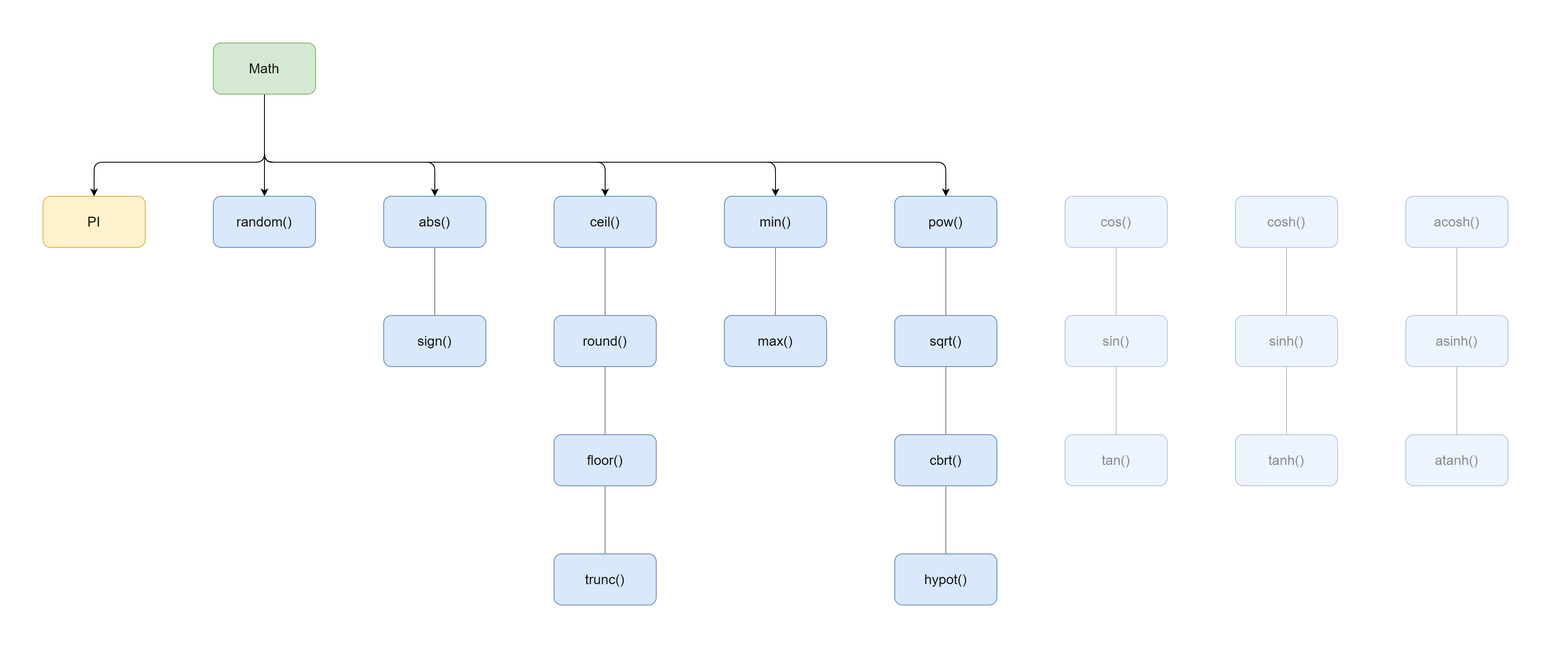
akinuri/notebook keeps this draw.io diagram as JS/Math.drawio.png. Above is the earlier version. Source tidied: cells renumbered, new cells last; positions are measured from the earlier drawing's top-left corner, leaving out a move shared by most shapes.
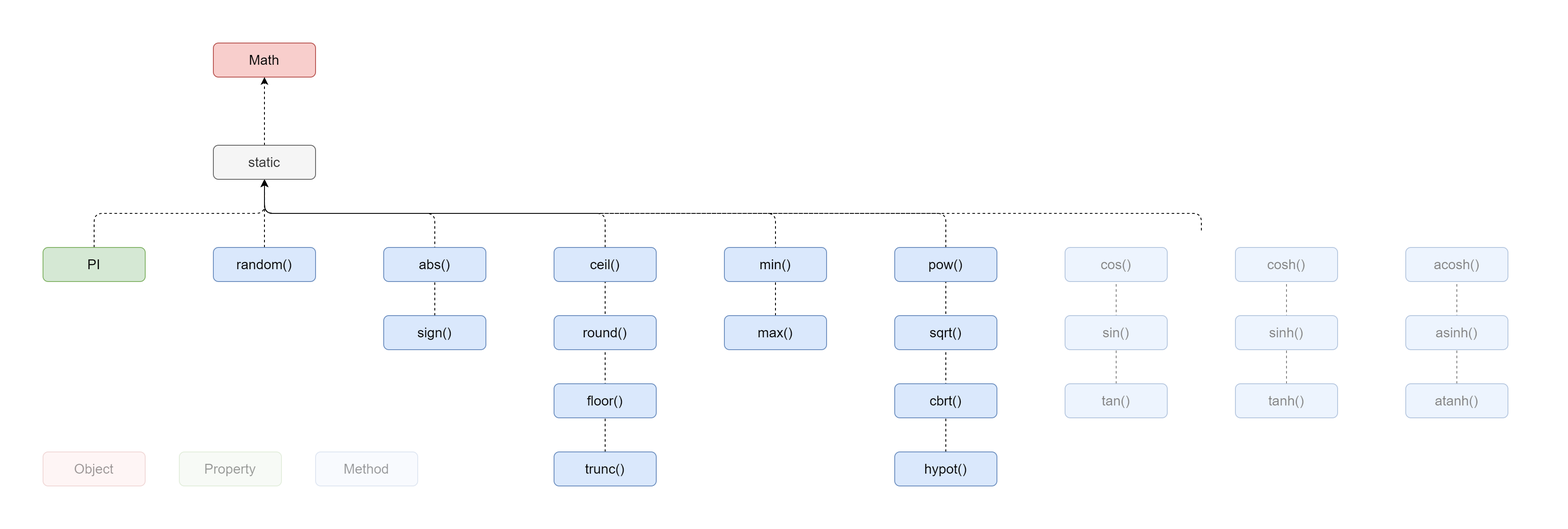
The same file after the commit.

What changed in the source:
```diff
@@ -2,149 +2,155 @@
   <root>
     <mxCell id="0" />
     <mxCell id="1" parent="0" />
-    <mxCell id="2" style="edgeStyle=orthogonalEdgeStyle;rounded=1;jettySize=auto;html=1;entryX=0.5;entryY=0;entryDx=0;entryDy=0;endArrow=classic;endFill=1;fontSize=16;" parent="1" edge="1" source="8" target="9">
-      <mxGeometry relative="1" as="geometry">
-        <Array as="points">
-          <mxPoint x="260" y="140" />
-          <mxPoint x="60" y="140" />
-        </Array>
-      </mxGeometry>
-    </mxCell>
-    <mxCell id="3" style="edgeStyle=orthogonalEdgeStyle;rounded=1;jettySize=auto;html=1;entryX=0.5;entryY=0;entryDx=0;entryDy=0;endArrow=classic;endFill=1;fontSize=16;" parent="1" edge="1" source="8" target="11">
-      <mxGeometry relative="1" as="geometry">
-        <Array as="points">
-          <mxPoint x="260" y="140" />
-          <mxPoint x="460" y="140" />
-        </Array>
-      </mxGeometry>
-    </mxCell>
-    <mxCell id="4" style="edgeStyle=orthogonalEdgeStyle;rounded=1;jettySize=auto;html=1;entryX=0.5;entryY=0;entryDx=0;entryDy=0;endArrow=classic;endFill=1;fontSize=16;" parent="1" edge="1" source="8" target="13">
-      <mxGeometry relative="1" as="geometry">
-        <Array as="points">
-          <mxPoint x="260" y="140" />
-          <mxPoint x="660" y="140" />
-        </Array>
-      </mxGeometry>
-    </mxCell>
-    <mxCell id="5" style="edgeStyle=orthogonalEdgeStyle;rounded=1;jettySize=auto;html=1;endArrow=classic;endFill=1;fontSize=16;" parent="1" edge="1" source="8" target="16">
-      <mxGeometry relative="1" as="geometry">
-        <Array as="points">
-          <mxPoint x="260" y="140" />
-          <mxPoint x="860" y="140" />
-        </Array>
-      </mxGeometry>
-    </mxCell>
-    <mxCell id="6" style="edgeStyle=orthogonalEdgeStyle;rounded=1;jettySize=auto;html=1;entryX=0.5;entryY=0;entryDx=0;entryDy=0;endArrow=classic;endFill=1;fontSize=16;" parent="1" edge="1" source="8" target="19">
-      <mxGeometry relative="1" as="geometry">
-        <Array as="points">
-          <mxPoint x="260" y="140" />
-          <mxPoint x="1060" y="140" />
-        </Array>
-      </mxGeometry>
-    </mxCell>
-    <mxCell id="7" style="edgeStyle=orthogonalEdgeStyle;rounded=1;jettySize=auto;html=1;endArrow=classic;endFill=1;fontSize=16;" parent="1" edge="1" source="8" target="20">
-      <mxGeometry relative="1" as="geometry">
-        <Array as="points">
-          <mxPoint x="260" y="130" />
-          <mxPoint x="260" y="130" />
-        </Array>
-      </mxGeometry>
-    </mxCell>
+    <mxCell id="40" style="edgeStyle=orthogonalEdgeStyle;rounded=1;jettySize=auto;html=1;dashed=1;endArrow=none;endFill=0;" parent="1" edge="1" source="38" target="36">
+      <mxGeometry relative="1" as="geometry" />
+    </mxCell>
+    <mxCell id="41" style="edgeStyle=orthogonalEdgeStyle;rounded=1;jettySize=auto;html=1;dashed=1;endArrow=none;endFill=0;" parent="1" edge="1" source="34" target="32">
+      <mxGeometry relative="1" as="geometry" />
+    </mxCell>
+    <mxCell id="42" style="edgeStyle=orthogonalEdgeStyle;rounded=1;jettySize=auto;html=1;dashed=1;endArrow=none;endFill=0;" parent="1" edge="1" source="30" target="28">
+      <mxGeometry relative="1" as="geometry" />
+    </mxCell>
+    <mxCell id="43" style="edgeStyle=orthogonalEdgeStyle;rounded=1;jettySize=auto;html=1;dashed=1;" parent="1" edge="1" source="39" target="51">
+      <mxGeometry relative="1" as="geometry">
+        <Array as="points">
+          <mxPoint x="1360" y="140" />
+          <mxPoint x="260" y="140" />
+        </Array>
+      </mxGeometry>
+    </mxCell>
+    <mxCell id="44" style="edgeStyle=orthogonalEdgeStyle;rounded=1;jettySize=auto;html=1;dashed=1;" parent="1" edge="1" source="26" target="51">
+      <mxGeometry relative="1" as="geometry">
+        <Array as="points">
+          <mxPoint x="1060" y="140" />
+          <mxPoint x="260" y="140" />
+        </Array>
+      </mxGeometry>
+    </mxCell>
+    <mxCell id="45" style="edgeStyle=orthogonalEdgeStyle;rounded=1;jettySize=auto;html=1;dashed=1;" parent="1" edge="1" source="17" target="51">
+      <mxGeometry relative="1" as="geometry">
+        <Array as="points">
+          <mxPoint x="860" y="140" />
+          <mxPoint x="260" y="140" />
+        </Array>
+      </mxGeometry>
+    </mxCell>
+    <mxCell id="46" style="edgeStyle=orthogonalEdgeStyle;rounded=1;jettySize=auto;html=1;dashed=1;" parent="1" edge="1" source="22" target="51">
+      <mxGeometry relative="1" as="geometry">
+        <Array as="points">
+          <mxPoint x="460" y="140" />
+          <mxPoint x="260" y="140" />
+        </Array>
+      </mxGeometry>
+    </mxCell>
+    <mxCell id="47" style="edgeStyle=orthogonalEdgeStyle;rounded=1;jettySize=auto;html=1;dashed=1;" parent="1" edge="1" source="24" target="51">
+      <mxGeometry relative="1" as="geometry">
+        <Array as="points">
+          <mxPoint x="660" y="140" />
+          <mxPoint x="260" y="140" />
+        </Array>
+      </mxGeometry>
+    </mxCell>
-    <mxCell id="8" value="Math" style="rounded=1;whiteSpace=wrap;html=1;fontSize=16;fontStyle=0;fillColor=#d5e8d4;strokeColor=#82b366;" parent="1" vertex="1">
-      <mxGeometry x="200" width="120" height="60" as="geometry" />
+    <mxCell id="8" value="Math" style="rounded=1;whiteSpace=wrap;html=1;fontSize=16;fontStyle=0;fillColor=#f8cecc;strokeColor=#b85450;" parent="1" vertex="1">
+      <mxGeometry x="200" y="-60" width="120" height="40" as="geometry" />
     </mxCell>
+    <mxCell id="48" style="edgeStyle=orthogonalEdgeStyle;rounded=1;jettySize=auto;html=1;dashed=1;" parent="1" edge="1" source="9" target="51">
+      <mxGeometry relative="1" as="geometry">
+        <Array as="points">
+          <mxPoint x="60" y="140" />
+          <mxPoint x="260" y="140" />
+        </Array>
+      </mxGeometry>
+    </mxCell>
-    <mxCell id="9" value="PI" style="rounded=1;whiteSpace=wrap;html=1;fontSize=16;fontStyle=0;fillColor=#fff2cc;strokeColor=#d6b656;" parent="1" vertex="1">
-      <mxGeometry y="180" width="120" height="60" as="geometry" />
+    <mxCell id="9" value="PI" style="rounded=1;whiteSpace=wrap;html=1;fontSize=16;fontStyle=0;fillColor=#d5e8d4;strokeColor=#82b366;" parent="1" vertex="1">
+      <mxGeometry y="180" width="120" height="40" as="geometry" />
     </mxCell>
-    <mxCell id="10" style="edgeStyle=orthogonalEdgeStyle;rounded=0;jettySize=auto;html=1;entryX=0.5;entryY=0;entryDx=0;entryDy=0;fontSize=16;endArrow=none;endFill=0;opacity=50;" parent="1" edge="1" source="11" target="22">
-      <mxGeometry relative="1" as="geometry" />
-    </mxCell>
     <mxCell id="11" value="abs()" style="rounded=1;whiteSpace=wrap;html=1;fontSize=16;fontStyle=0;fillColor=#dae8fc;strokeColor=#6c8ebf;" parent="1" vertex="1">
-      <mxGeometry x="400" y="180" width="120" height="60" as="geometry" />
+      <mxGeometry x="400" y="180" width="120" height="40" as="geometry" />
     </mxCell>
-    <mxCell id="12" style="edgeStyle=orthogonalEdgeStyle;rounded=1;jettySize=auto;html=1;entryX=0.5;entryY=0;entryDx=0;entryDy=0;fontSize=16;endArrow=none;endFill=0;opacity=50;" parent="1" edge="1" source="13" target="24">
-      <mxGeometry relative="1" as="geometry" />
-    </mxCell>
     <mxCell id="13" value="ceil()" style="rounded=1;whiteSpace=wrap;html=1;fontSize=16;fontStyle=0;fillColor=#dae8fc;strokeColor=#6c8ebf;" parent="1" vertex="1">
-      <mxGeometry x="600" y="180" width="120" height="60" as="geometry" />
+      <mxGeometry x="600" y="180" width="120" height="40" as="geometry" />
     </mxCell>
     <mxCell id="14" value="floor()" style="rounded=1;whiteSpace=wrap;html=1;fontSize=16;fontStyle=0;fillColor=#dae8fc;strokeColor=#6c8ebf;" parent="1" vertex="1">
-      <mxGeometry x="600" y="460" width="120" height="60" as="geometry" />
+      <mxGeometry x="600" y="340" width="120" height="40" as="geometry" />
     </mxCell>
-    <mxCell id="15" style="edgeStyle=orthogonalEdgeStyle;rounded=0;jettySize=auto;html=1;entryX=0.5;entryY=0;entryDx=0;entryDy=0;fontSize=16;endArrow=none;endFill=0;opacity=50;" parent="1" edge="1" source="16" target="17">
-      <mxGeometry relative="1" as="geometry" />
-    </mxCell>
     <mxCell id="16" value="min()" style="rounded=1;whiteSpace=wrap;html=1;fontSize=16;fontStyle=0;fillColor=#dae8fc;strokeColor=#6c8ebf;" parent="1" vertex="1">
-      <mxGeometry x="800" y="180" width="120" height="60" as="geometry" />
+      <mxGeometry x="800" y="180" width="120" height="40" as="geometry" />
     </mxCell>
     <mxCell id="17" value="max()" style="rounded=1;whiteSpace=wrap;html=1;fontSize=16;fontStyle=0;fillColor=#dae8fc;strokeColor=#6c8ebf;" parent="1" vertex="1">
-      <mxGeometry x="800" y="320" width="120" height="60" as="geometry" />
+      <mxGeometry x="800" y="260" width="120" height="40" as="geometry" />
     </mxCell>
-    <mxCell id="18" style="edgeStyle=orthogonalEdgeStyle;rounded=0;jettySize=auto;html=1;entryX=0.5;entryY=0;entryDx=0;entryDy=0;fontSize=16;endArrow=none;endFill=0;opacity=50;" parent="1" edge="1" source="19" target="26">
-      <mxGeometry relative="1" as="geometry" />
-    </mxCell>
     <mxCell id="19" value="pow()" style="rounded=1;whiteSpace=wrap;html=1;fontSize=16;fontStyle=0;fillColor=#dae8fc;strokeColor=#6c8ebf;" parent="1" vertex="1">
-      <mxGeometry x="1000" y="180" width="120" height="60" as="geometry" />
+      <mxGeometry x="1000" y="180" width="120" height="40" as="geometry" />
     </mxCell>
+    <mxCell id="49" style="edgeStyle=orthogonalEdgeStyle;rounded=1;jettySize=auto;html=1;dashed=1;" parent="1" edge="1" source="20" target="51">
+      <mxGeometry relative="1" as="geometry" />
+    </mxCell>
     <mxCell id="20" value="random()" style="rounded=1;whiteSpace=wrap;html=1;fontSize=16;fontStyle=0;fillColor=#dae8fc;strokeColor=#6c8ebf;" parent="1" vertex="1">
-      <mxGeometry x="200" y="180" width="120" height="60" as="geometry" />
+      <mxGeometry x="200" y="180" width="120" height="40" as="geometry" />
     </mxCell>
     <mxCell id="21" value="round()" style="rounded=1;whiteSpace=wrap;html=1;fontSize=16;fontStyle=0;fillColor=#dae8fc;strokeColor=#6c8ebf;" parent="1" vertex="1">
-      <mxGeometry x="600" y="320" width="120" height="60" as="geometry" />
+      <mxGeometry x="600" y="260" width="120" height="40" as="geometry" />
     </mxCell>
     <mxCell id="22" value="sign()" style="rounded=1;whiteSpace=wrap;html=1;fontSize=16;fontStyle=0;fillColor=#dae8fc;strokeColor=#6c8ebf;" parent="1" vertex="1">
-      <mxGeometry x="400" y="320" width="120" height="60" as="geometry" />
+      <mxGeometry x="400" y="260" width="120" height="40" as="geometry" />
     </mxCell>
     <mxCell id="23" value="sqrt()" style="rounded=1;whiteSpace=wrap;html=1;fontSize=16;fontStyle=0;fillColor=#dae8fc;strokeColor=#6c8ebf;" parent="1" vertex="1">
-      <mxGeometry x="1000" y="320" width="120" height="60" as="geometry" />
+      <mxGeometry x="1000" y="260" width="120" height="40" as="geometry" />
     </mxCell>
     <mxCell id="24" value="trunc()" style="rounded=1;whiteSpace=wrap;html=1;fontSize=16;fontStyle=0;fillColor=#dae8fc;strokeColor=#6c8ebf;" parent="1" vertex="1">
-      <mxGeometry x="600" y="600" width="120" height="60" as="geometry" />
+      <mxGeometry x="600" y="420" width="120" height="40" as="geometry" />
     </mxCell>
     <mxCell id="25" value="cbrt()" style="rounded=1;whiteSpace=wrap;html=1;fontSize=16;fontStyle=0;fillColor=#dae8fc;strokeColor=#6c8ebf;" parent="1" vertex="1">
-      <mxGeometry x="1000" y="460" width="120" height="60" as="geometry" />
+      <mxGeometry x="1000" y="340" width="120" height="40" as="geometry" />
     </mxCell>
     <mxCell id="26" value="hypot()" style="rounded=1;whiteSpace=wrap;html=1;fontSize=16;fontStyle=0;fillColor=#dae8fc;strokeColor=#6c8ebf;" parent="1" vertex="1">
-      <mxGeometry x="1000" y="600" width="120" height="60" as="geometry" />
+      <mxGeometry x="1000" y="420" width="120" height="40" as="geometry" />
     </mxCell>
-    <mxCell id="27" style="edgeStyle=orthogonalEdgeStyle;rounded=1;jettySize=auto;html=1;entryX=0.5;entryY=0;entryDx=0;entryDy=0;endArrow=none;endFill=0;fontSize=16;opacity=50;" parent="1" edge="1" source="28" target="30">
-      <mxGeometry relative="1" as="geometry" />
-    </mxCell>
     <mxCell id="28" value="cos()" style="rounded=1;whiteSpace=wrap;html=1;fontSize=16;fontStyle=0;fillColor=#dae8fc;strokeColor=#6c8ebf;" parent="1" vertex="1">
-      <mxGeometry x="1200" y="180" width="120" height="60" as="geometry" />
+      <mxGeometry x="1200" y="180" width="120" height="40" as="geometry" />
     </mxCell>
     <mxCell id="29" value="sin()" style="rounded=1;whiteSpace=wrap;html=1;fontSize=16;fontStyle=0;fillColor=#dae8fc;strokeColor=#6c8ebf;" parent="1" vertex="1">
-      <mxGeometry x="1200" y="320" width="120" height="60" as="geometry" />
+      <mxGeometry x="1200" y="260" width="120" height="40" as="geometry" />
     </mxCell>
     <mxCell id="30" value="tan()" style="rounded=1;whiteSpace=wrap;html=1;fontSize=16;fontStyle=0;fillColor=#dae8fc;strokeColor=#6c8ebf;" parent="1" vertex="1">
-      <mxGeometry x="1200" y="460" width="120" height="60" as="geometry" />
+      <mxGeometry x="1200" y="340" width="120" height="40" as="geometry" />
     </mxCell>
-    <mxCell id="31" style="edgeStyle=orthogonalEdgeStyle;rounded=1;jettySize=auto;html=1;entryX=0.5;entryY=0;entryDx=0;entryDy=0;endArrow=none;endFill=0;fontSize=16;opacity=50;" parent="1" edge="1" source="32" target="34">
-      <mxGeometry relative="1" as="geometry" />
-    </mxCell>
     <mxCell id="32" value="cosh()" style="rounded=1;whiteSpace=wrap;html=1;fontSize=16;fontStyle=0;fillColor=#dae8fc;strokeColor=#6c8ebf;" parent="1" vertex="1">
-      <mxGeometry x="1400" y="180" width="120" height="60" as="geometry" />
+      <mxGeometry x="1400" y="180" width="120" height="40" as="geometry" />
     </mxCell>
     <mxCell id="33" value="sinh()" style="rounded=1;whiteSpace=wrap;html=1;fontSize=16;fontStyle=0;fillColor=#dae8fc;strokeColor=#6c8ebf;" parent="1" vertex="1">
-      <mxGeometry x="1400" y="320" width="120" height="60" as="geometry" />
+      <mxGeometry x="1400" y="260" width="120" height="40" as="geometry" />
     </mxCell>
     <mxCell id="34" value="tanh()" style="rounded=1;whiteSpace=wrap;html=1;fontSize=16;fontStyle=0;fillColor=#dae8fc;strokeColor=#6c8ebf;" parent="1" vertex="1">
-      <mxGeometry x="1400" y="460" width="120" height="60" as="geometry" />
+      <mxGeometry x="1400" y="340" width="120" height="40" as="geometry" />
     </mxCell>
-    <mxCell id="35" style="edgeStyle=orthogonalEdgeStyle;rounded=1;jettySize=auto;html=1;entryX=0.5;entryY=0;entryDx=0;entryDy=0;endArrow=none;endFill=0;fontSize=16;opacity=50;" parent="1" edge="1" source="36" target="38">
-      <mxGeometry relative="1" as="geometry" />
-    </mxCell>
     <mxCell id="36" value="acosh()" style="rounded=1;whiteSpace=wrap;html=1;fontSize=16;fontStyle=0;fillColor=#dae8fc;strokeColor=#6c8ebf;" parent="1" vertex="1">
-      <mxGeometry x="1600" y="180" width="120" height="60" as="geometry" />
+      <mxGeometry x="1600" y="180" width="120" height="40" as="geometry" />
     </mxCell>
     <mxCell id="37" value="asinh()" style="rounded=1;whiteSpace=wrap;html=1;fontSize=16;fontStyle=0;fillColor=#dae8fc;strokeColor=#6c8ebf;" parent="1" vertex="1">
-      <mxGeometry x="1600" y="320" width="120" height="60" as="geometry" />
+      <mxGeometry x="1600" y="260" width="120" height="40" as="geometry" />
     </mxCell>
     <mxCell id="38" value="atanh()" style="rounded=1;whiteSpace=wrap;html=1;fontSize=16;fontStyle=0;fillColor=#dae8fc;strokeColor=#6c8ebf;" parent="1" vertex="1">
-      <mxGeometry x="1600" y="460" width="120" height="60" as="geometry" />
+      <mxGeometry x="1600" y="340" width="120" height="40" as="geometry" />
     </mxCell>
+    <mxCell id="50" style="edgeStyle=orthogonalEdgeStyle;rounded=1;jettySize=auto;html=1;dashed=1;endArrow=classic;endFill=1;" parent="1" edge="1" source="51" target="8">
+      <mxGeometry relative="1" as="geometry" />
+    </mxCell>
+    <mxCell id="51" value="static" style="rounded=1;whiteSpace=wrap;html=1;fontSize=16;verticalAlign=middle;strokeColor=#666666;fillColor=#f5f5f5;gradientDirection=south;fontColor=#333333;" parent="1" vertex="1">
+      <mxGeometry x="200" y="60" width="120" height="40" as="geometry" />
+    </mxCell>
     <mxCell id="39" style="rounded=0;whiteSpace=wrap;html=1;fontSize=16;strokeColor=none;opacity=50;" parent="1" vertex="1">
-      <mxGeometry x="1180" y="160" width="560" height="380" as="geometry" />
+      <mxGeometry x="1180" y="160" width="560" height="240" as="geometry" />
     </mxCell>
+    <mxCell id="52" value="Object" style="rounded=1;whiteSpace=wrap;html=1;fontSize=16;verticalAlign=middle;fillColor=#f8cecc;strokeColor=#b85450;opacity=20;textOpacity=40;" parent="1" vertex="1">
+      <mxGeometry y="420" width="120" height="40" as="geometry" />
+    </mxCell>
+    <mxCell id="53" value="Property" style="rounded=1;whiteSpace=wrap;html=1;fontSize=16;verticalAlign=middle;fillColor=#d5e8d4;strokeColor=#82b366;opacity=20;textOpacity=40;" parent="1" vertex="1">
+      <mxGeometry x="160" y="420" width="120" height="40" as="geometry" />
+    </mxCell>
+    <mxCell id="54" value="Method" style="rounded=1;whiteSpace=wrap;html=1;fontSize=16;verticalAlign=middle;fillColor=#dae8fc;strokeColor=#6c8ebf;opacity=20;textOpacity=40;" parent="1" vertex="1">
+      <mxGeometry x="320" y="420" width="120" height="40" as="geometry" />
+    </mxCell>
   </root>
 </mxGraphModel>
```
